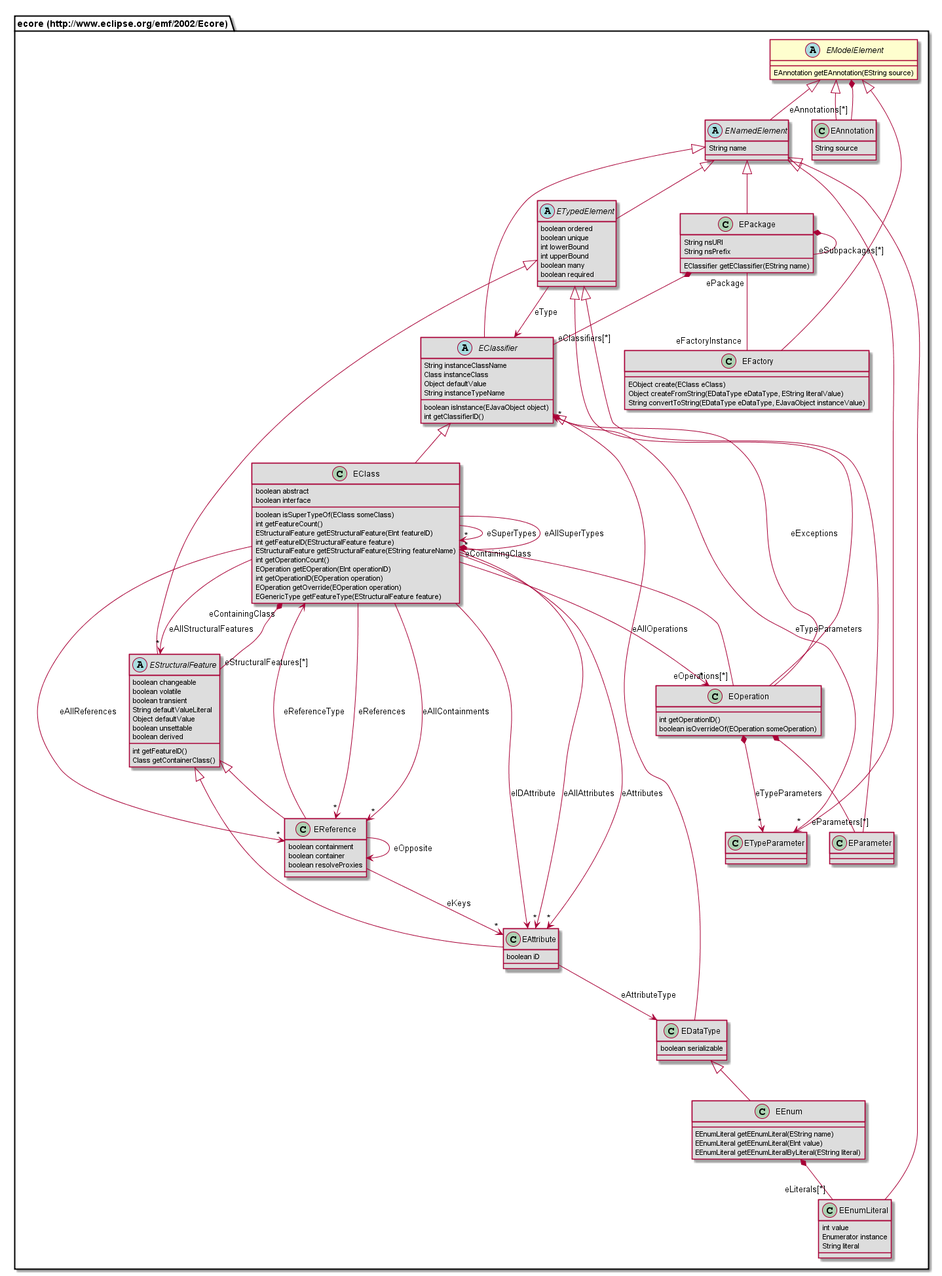
Nasdanika/config keeps this PlantUML diagram as org.nasdanika.config/modeldoc/site/687474703a2f2f7777772e65636c697073652e6f72672f656d662f323030322f45636f7265/EModelElement.png. Above is the earlier version. Its diagram source:
```plantuml
@startuml
abstract class "ecore (http://www.eclipse.org/emf/2002/Ecore).EModelElement" {
	EAnnotation getEAnnotation(EString source)
}
class "ecore (http://www.eclipse.org/emf/2002/Ecore).EReference" #DDDDDD {
	boolean containment
	boolean container
	boolean resolveProxies
}
class "ecore (http://www.eclipse.org/emf/2002/Ecore).EEnum" #DDDDDD {
	EEnumLiteral getEEnumLiteral(EString name)
	EEnumLiteral getEEnumLiteral(EInt value)
	EEnumLiteral getEEnumLiteralByLiteral(EString literal)
}
abstract class "ecore (http://www.eclipse.org/emf/2002/Ecore).EStructuralFeature" #DDDDDD {
	boolean changeable
	boolean volatile
	boolean transient
	String defaultValueLiteral
	Object defaultValue
	boolean unsettable
	boolean derived
	int getFeatureID()
	Class getContainerClass()
}
abstract class "ecore (http://www.eclipse.org/emf/2002/Ecore).ENamedElement" #DDDDDD {
	String name
}
class "ecore (http://www.eclipse.org/emf/2002/Ecore).EOperation" #DDDDDD {
	int getOperationID()
	boolean isOverrideOf(EOperation someOperation)
}
class "ecore (http://www.eclipse.org/emf/2002/Ecore).EPackage" #DDDDDD {
	String nsURI
	String nsPrefix
	EClassifier getEClassifier(EString name)
}
abstract class "ecore (http://www.eclipse.org/emf/2002/Ecore).EClassifier" #DDDDDD {
	String instanceClassName
	Class instanceClass
	Object defaultValue
	String instanceTypeName
	boolean isInstance(EJavaObject object)
	int getClassifierID()
}
class "ecore (http://www.eclipse.org/emf/2002/Ecore).EAnnotation" #DDDDDD {
	String source
}
class "ecore (http://www.eclipse.org/emf/2002/Ecore).EDataType" #DDDDDD {
	boolean serializable
}
class "ecore (http://www.eclipse.org/emf/2002/Ecore).ETypeParameter" #DDDDDD {
}
class "ecore (http://www.eclipse.org/emf/2002/Ecore).EFactory" #DDDDDD {
	EObject create(EClass eClass)
	Object createFromString(EDataType eDataType, EString literalValue)
	String convertToString(EDataType eDataType, EJavaObject instanceValue)
}
class "ecore (http://www.eclipse.org/emf/2002/Ecore).EAttribute" #DDDDDD {
	boolean iD
}
class "ecore (http://www.eclipse.org/emf/2002/Ecore).EEnumLiteral" #DDDDDD {
	int value
	Enumerator instance
	String literal
}
abstract class "ecore (http://www.eclipse.org/emf/2002/Ecore).ETypedElement" #DDDDDD {
	boolean ordered
	boolean unique
	int lowerBound
	int upperBound
	boolean many
	boolean required
}
class "ecore (http://www.eclipse.org/emf/2002/Ecore).EClass" #DDDDDD {
	boolean abstract
	boolean interface
	boolean isSuperTypeOf(EClass someClass)
	int getFeatureCount()
	EStructuralFeature getEStructuralFeature(EInt featureID)
	int getFeatureID(EStructuralFeature feature)
	EStructuralFeature getEStructuralFeature(EString featureName)
	int getOperationCount()
	EOperation getEOperation(EInt operationID)
	int getOperationID(EOperation operation)
	EOperation getOverride(EOperation operation)
	EGenericType getFeatureType(EStructuralFeature feature)
}
class "ecore (http://www.eclipse.org/emf/2002/Ecore).EParameter" #DDDDDD {
}
"ecore (http://www.eclipse.org/emf/2002/Ecore).EStructuralFeature" <|-- "ecore (http://www.eclipse.org/emf/2002/Ecore).EReference"
"ecore (http://www.eclipse.org/emf/2002/Ecore).EDataType" <|-- "ecore (http://www.eclipse.org/emf/2002/Ecore).EEnum"
"ecore (http://www.eclipse.org/emf/2002/Ecore).ETypedElement" <|-- "ecore (http://www.eclipse.org/emf/2002/Ecore).EStructuralFeature"
"ecore (http://www.eclipse.org/emf/2002/Ecore).EModelElement" <|-- "ecore (http://www.eclipse.org/emf/2002/Ecore).ENamedElement"
"ecore (http://www.eclipse.org/emf/2002/Ecore).ETypedElement" <|-- "ecore (http://www.eclipse.org/emf/2002/Ecore).EOperation"
"ecore (http://www.eclipse.org/emf/2002/Ecore).ENamedElement" <|-- "ecore (http://www.eclipse.org/emf/2002/Ecore).EPackage"
"ecore (http://www.eclipse.org/emf/2002/Ecore).ENamedElement" <|-- "ecore (http://www.eclipse.org/emf/2002/Ecore).EClassifier"
"ecore (http://www.eclipse.org/emf/2002/Ecore).EModelElement" <|-- "ecore (http://www.eclipse.org/emf/2002/Ecore).EAnnotation"
"ecore (http://www.eclipse.org/emf/2002/Ecore).EClassifier" <|-- "ecore (http://www.eclipse.org/emf/2002/Ecore).EDataType"
"ecore (http://www.eclipse.org/emf/2002/Ecore).ENamedElement" <|-- "ecore (http://www.eclipse.org/emf/2002/Ecore).ETypeParameter"
"ecore (http://www.eclipse.org/emf/2002/Ecore).EModelElement" <|-- "ecore (http://www.eclipse.org/emf/2002/Ecore).EFactory"
"ecore (http://www.eclipse.org/emf/2002/Ecore).EStructuralFeature" <|-- "ecore (http://www.eclipse.org/emf/2002/Ecore).EAttribute"
"ecore (http://www.eclipse.org/emf/2002/Ecore).ENamedElement" <|-- "ecore (http://www.eclipse.org/emf/2002/Ecore).EEnumLiteral"
"ecore (http://www.eclipse.org/emf/2002/Ecore).ENamedElement" <|-- "ecore (http://www.eclipse.org/emf/2002/Ecore).ETypedElement"
"ecore (http://www.eclipse.org/emf/2002/Ecore).EClassifier" <|-- "ecore (http://www.eclipse.org/emf/2002/Ecore).EClass"
"ecore (http://www.eclipse.org/emf/2002/Ecore).ETypedElement" <|-- "ecore (http://www.eclipse.org/emf/2002/Ecore).EParameter"
"ecore (http://www.eclipse.org/emf/2002/Ecore).EReference" --> "ecore (http://www.eclipse.org/emf/2002/Ecore).EReference" : eOpposite
"ecore (http://www.eclipse.org/emf/2002/Ecore).EReference" --> "ecore (http://www.eclipse.org/emf/2002/Ecore).EClass" : eReferenceType
"ecore (http://www.eclipse.org/emf/2002/Ecore).EReference" --> "*" "ecore (http://www.eclipse.org/emf/2002/Ecore).EAttribute" : eKeys
"ecore (http://www.eclipse.org/emf/2002/Ecore).EEnum" *-- "eLiterals[*]" "ecore (http://www.eclipse.org/emf/2002/Ecore).EEnumLiteral"
"ecore (http://www.eclipse.org/emf/2002/Ecore).EStructuralFeature" "eStructuralFeatures[*]" --* "eContainingClass" "ecore (http://www.eclipse.org/emf/2002/Ecore).EClass"
"ecore (http://www.eclipse.org/emf/2002/Ecore).EModelElement" *-- "eAnnotations[*]" "ecore (http://www.eclipse.org/emf/2002/Ecore).EAnnotation"
"ecore (http://www.eclipse.org/emf/2002/Ecore).EOperation" "eOperations[*]" --* "eContainingClass" "ecore (http://www.eclipse.org/emf/2002/Ecore).EClass"
"ecore (http://www.eclipse.org/emf/2002/Ecore).EOperation" *--> "*" "ecore (http://www.eclipse.org/emf/2002/Ecore).ETypeParameter" : eTypeParameters
"ecore (http://www.eclipse.org/emf/2002/Ecore).EOperation" *-- "eParameters[*]" "ecore (http://www.eclipse.org/emf/2002/Ecore).EParameter"
"ecore (http://www.eclipse.org/emf/2002/Ecore).EOperation" --> "*" "ecore (http://www.eclipse.org/emf/2002/Ecore).EClassifier" : eExceptions
"ecore (http://www.eclipse.org/emf/2002/Ecore).EPackage" "ePackage" -- "eFactoryInstance" "ecore (http://www.eclipse.org/emf/2002/Ecore).EFactory"
"ecore (http://www.eclipse.org/emf/2002/Ecore).EPackage" *-- "eClassifiers[*]" "ecore (http://www.eclipse.org/emf/2002/Ecore).EClassifier"
"ecore (http://www.eclipse.org/emf/2002/Ecore).EPackage" *-- "eSubpackages[*]" "ecore (http://www.eclipse.org/emf/2002/Ecore).EPackage"
"ecore (http://www.eclipse.org/emf/2002/Ecore).EClassifier" *--> "*" "ecore (http://www.eclipse.org/emf/2002/Ecore).ETypeParameter" : eTypeParameters
"ecore (http://www.eclipse.org/emf/2002/Ecore).EAttribute" --> "ecore (http://www.eclipse.org/emf/2002/Ecore).EDataType" : eAttributeType
"ecore (http://www.eclipse.org/emf/2002/Ecore).ETypedElement" --> "ecore (http://www.eclipse.org/emf/2002/Ecore).EClassifier" : eType
"ecore (http://www.eclipse.org/emf/2002/Ecore).EClass" --> "*" "ecore (http://www.eclipse.org/emf/2002/Ecore).EClass" : eSuperTypes
"ecore (http://www.eclipse.org/emf/2002/Ecore).EClass" --> "*" "ecore (http://www.eclipse.org/emf/2002/Ecore).EAttribute" : eAllAttributes
"ecore (http://www.eclipse.org/emf/2002/Ecore).EClass" --> "*" "ecore (http://www.eclipse.org/emf/2002/Ecore).EReference" : eAllReferences
"ecore (http://www.eclipse.org/emf/2002/Ecore).EClass" --> "*" "ecore (http://www.eclipse.org/emf/2002/Ecore).EReference" : eReferences
"ecore (http://www.eclipse.org/emf/2002/Ecore).EClass" --> "*" "ecore (http://www.eclipse.org/emf/2002/Ecore).EAttribute" : eAttributes
"ecore (http://www.eclipse.org/emf/2002/Ecore).EClass" --> "*" "ecore (http://www.eclipse.org/emf/2002/Ecore).EReference" : eAllContainments
"ecore (http://www.eclipse.org/emf/2002/Ecore).EClass" --> "*" "ecore (http://www.eclipse.org/emf/2002/Ecore).EOperation" : eAllOperations
"ecore (http://www.eclipse.org/emf/2002/Ecore).EClass" --> "*" "ecore (http://www.eclipse.org/emf/2002/Ecore).EStructuralFeature" : eAllStructuralFeatures
"ecore (http://www.eclipse.org/emf/2002/Ecore).EClass" --> "*" "ecore (http://www.eclipse.org/emf/2002/Ecore).EClass" : eAllSuperTypes
"ecore (http://www.eclipse.org/emf/2002/Ecore).EClass" --> "ecore (http://www.eclipse.org/emf/2002/Ecore).EAttribute" : eIDAttribute
@enduml
```
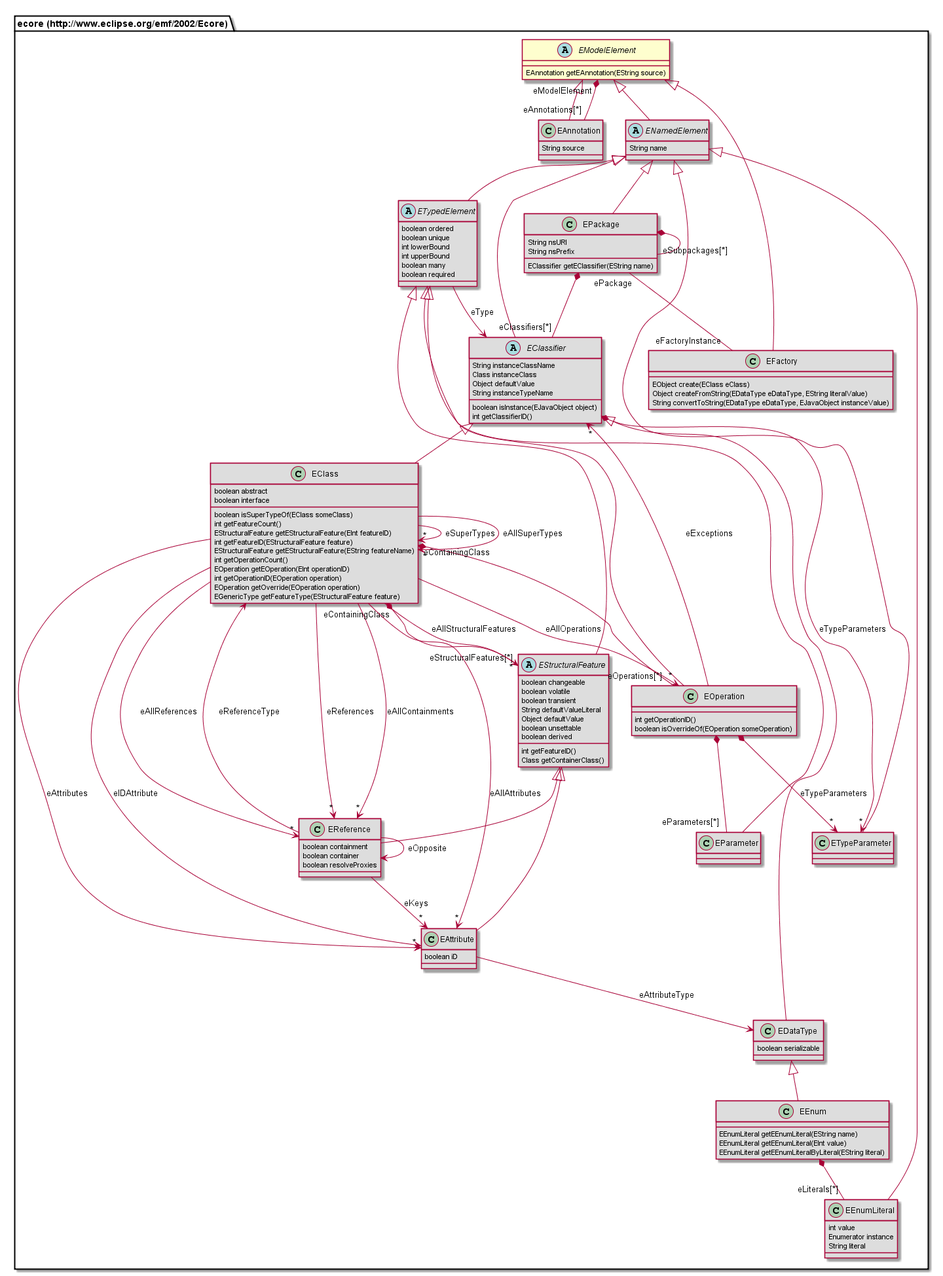
The same file after the commit.

The edit, as a diff of the source:
```diff
@@ -7,10 +7,8 @@
 	boolean container
 	boolean resolveProxies
 }
-class "ecore (http://www.eclipse.org/emf/2002/Ecore).EEnum" #DDDDDD {
-	EEnumLiteral getEEnumLiteral(EString name)
-	EEnumLiteral getEEnumLiteral(EInt value)
-	EEnumLiteral getEEnumLiteralByLiteral(EString literal)
+class "ecore (http://www.eclipse.org/emf/2002/Ecore).EAnnotation" #DDDDDD {
+	String source
 }
 abstract class "ecore (http://www.eclipse.org/emf/2002/Ecore).EStructuralFeature" #DDDDDD {
 	boolean changeable
@@ -23,8 +21,10 @@
 	int getFeatureID()
 	Class getContainerClass()
 }
-abstract class "ecore (http://www.eclipse.org/emf/2002/Ecore).ENamedElement" #DDDDDD {
-	String name
+class "ecore (http://www.eclipse.org/emf/2002/Ecore).EEnum" #DDDDDD {
+	EEnumLiteral getEEnumLiteral(EString name)
+	EEnumLiteral getEEnumLiteral(EInt value)
+	EEnumLiteral getEEnumLiteralByLiteral(EString literal)
 }
 class "ecore (http://www.eclipse.org/emf/2002/Ecore).EOperation" #DDDDDD {
 	int getOperationID()
@@ -43,21 +43,7 @@
 	boolean isInstance(EJavaObject object)
 	int getClassifierID()
 }
-class "ecore (http://www.eclipse.org/emf/2002/Ecore).EAnnotation" #DDDDDD {
-	String source
-}
-class "ecore (http://www.eclipse.org/emf/2002/Ecore).EDataType" #DDDDDD {
-	boolean serializable
-}
 class "ecore (http://www.eclipse.org/emf/2002/Ecore).ETypeParameter" #DDDDDD {
-}
-class "ecore (http://www.eclipse.org/emf/2002/Ecore).EFactory" #DDDDDD {
-	EObject create(EClass eClass)
-	Object createFromString(EDataType eDataType, EString literalValue)
-	String convertToString(EDataType eDataType, EJavaObject instanceValue)
-}
-class "ecore (http://www.eclipse.org/emf/2002/Ecore).EAttribute" #DDDDDD {
-	boolean iD
 }
 class "ecore (http://www.eclipse.org/emf/2002/Ecore).EEnumLiteral" #DDDDDD {
 	int value
@@ -71,6 +57,11 @@
 	int upperBound
 	boolean many
 	boolean required
+}
+class "ecore (http://www.eclipse.org/emf/2002/Ecore).EParameter" #DDDDDD {
+}
+abstract class "ecore (http://www.eclipse.org/emf/2002/Ecore).ENamedElement" #DDDDDD {
+	String name
 }
 class "ecore (http://www.eclipse.org/emf/2002/Ecore).EClass" #DDDDDD {
 	boolean abstract
@@ -86,30 +77,39 @@
 	EOperation getOverride(EOperation operation)
 	EGenericType getFeatureType(EStructuralFeature feature)
 }
-class "ecore (http://www.eclipse.org/emf/2002/Ecore).EParameter" #DDDDDD {
+class "ecore (http://www.eclipse.org/emf/2002/Ecore).EFactory" #DDDDDD {
+	EObject create(EClass eClass)
+	Object createFromString(EDataType eDataType, EString literalValue)
+	String convertToString(EDataType eDataType, EJavaObject instanceValue)
+}
+class "ecore (http://www.eclipse.org/emf/2002/Ecore).EAttribute" #DDDDDD {
+	boolean iD
+}
+class "ecore (http://www.eclipse.org/emf/2002/Ecore).EDataType" #DDDDDD {
+	boolean serializable
 }
 "ecore (http://www.eclipse.org/emf/2002/Ecore).EStructuralFeature" <|-- "ecore (http://www.eclipse.org/emf/2002/Ecore).EReference"
+"ecore (http://www.eclipse.org/emf/2002/Ecore).EModelElement" <|-- "ecore (http://www.eclipse.org/emf/2002/Ecore).EAnnotation"
+"ecore (http://www.eclipse.org/emf/2002/Ecore).ETypedElement" <|-- "ecore (http://www.eclipse.org/emf/2002/Ecore).EStructuralFeature"
 "ecore (http://www.eclipse.org/emf/2002/Ecore).EDataType" <|-- "ecore (http://www.eclipse.org/emf/2002/Ecore).EEnum"
-"ecore (http://www.eclipse.org/emf/2002/Ecore).ETypedElement" <|-- "ecore (http://www.eclipse.org/emf/2002/Ecore).EStructuralFeature"
-"ecore (http://www.eclipse.org/emf/2002/Ecore).EModelElement" <|-- "ecore (http://www.eclipse.org/emf/2002/Ecore).ENamedElement"
 "ecore (http://www.eclipse.org/emf/2002/Ecore).ETypedElement" <|-- "ecore (http://www.eclipse.org/emf/2002/Ecore).EOperation"
 "ecore (http://www.eclipse.org/emf/2002/Ecore).ENamedElement" <|-- "ecore (http://www.eclipse.org/emf/2002/Ecore).EPackage"
 "ecore (http://www.eclipse.org/emf/2002/Ecore).ENamedElement" <|-- "ecore (http://www.eclipse.org/emf/2002/Ecore).EClassifier"
-"ecore (http://www.eclipse.org/emf/2002/Ecore).EModelElement" <|-- "ecore (http://www.eclipse.org/emf/2002/Ecore).EAnnotation"
-"ecore (http://www.eclipse.org/emf/2002/Ecore).EClassifier" <|-- "ecore (http://www.eclipse.org/emf/2002/Ecore).EDataType"
 "ecore (http://www.eclipse.org/emf/2002/Ecore).ENamedElement" <|-- "ecore (http://www.eclipse.org/emf/2002/Ecore).ETypeParameter"
+"ecore (http://www.eclipse.org/emf/2002/Ecore).ENamedElement" <|-- "ecore (http://www.eclipse.org/emf/2002/Ecore).EEnumLiteral"
+"ecore (http://www.eclipse.org/emf/2002/Ecore).ENamedElement" <|-- "ecore (http://www.eclipse.org/emf/2002/Ecore).ETypedElement"
+"ecore (http://www.eclipse.org/emf/2002/Ecore).ETypedElement" <|-- "ecore (http://www.eclipse.org/emf/2002/Ecore).EParameter"
+"ecore (http://www.eclipse.org/emf/2002/Ecore).EModelElement" <|-- "ecore (http://www.eclipse.org/emf/2002/Ecore).ENamedElement"
+"ecore (http://www.eclipse.org/emf/2002/Ecore).EClassifier" <|-- "ecore (http://www.eclipse.org/emf/2002/Ecore).EClass"
 "ecore (http://www.eclipse.org/emf/2002/Ecore).EModelElement" <|-- "ecore (http://www.eclipse.org/emf/2002/Ecore).EFactory"
 "ecore (http://www.eclipse.org/emf/2002/Ecore).EStructuralFeature" <|-- "ecore (http://www.eclipse.org/emf/2002/Ecore).EAttribute"
-"ecore (http://www.eclipse.org/emf/2002/Ecore).ENamedElement" <|-- "ecore (http://www.eclipse.org/emf/2002/Ecore).EEnumLiteral"
-"ecore (http://www.eclipse.org/emf/2002/Ecore).ENamedElement" <|-- "ecore (http://www.eclipse.org/emf/2002/Ecore).ETypedElement"
-"ecore (http://www.eclipse.org/emf/2002/Ecore).EClassifier" <|-- "ecore (http://www.eclipse.org/emf/2002/Ecore).EClass"
-"ecore (http://www.eclipse.org/emf/2002/Ecore).ETypedElement" <|-- "ecore (http://www.eclipse.org/emf/2002/Ecore).EParameter"
+"ecore (http://www.eclipse.org/emf/2002/Ecore).EClassifier" <|-- "ecore (http://www.eclipse.org/emf/2002/Ecore).EDataType"
 "ecore (http://www.eclipse.org/emf/2002/Ecore).EReference" --> "ecore (http://www.eclipse.org/emf/2002/Ecore).EReference" : eOpposite
 "ecore (http://www.eclipse.org/emf/2002/Ecore).EReference" --> "ecore (http://www.eclipse.org/emf/2002/Ecore).EClass" : eReferenceType
 "ecore (http://www.eclipse.org/emf/2002/Ecore).EReference" --> "*" "ecore (http://www.eclipse.org/emf/2002/Ecore).EAttribute" : eKeys
+"ecore (http://www.eclipse.org/emf/2002/Ecore).EAnnotation" "eAnnotations[*]" --* "eModelElement" "ecore (http://www.eclipse.org/emf/2002/Ecore).EModelElement"
+"ecore (http://www.eclipse.org/emf/2002/Ecore).EStructuralFeature" "eStructuralFeatures[*]" --* "eContainingClass" "ecore (http://www.eclipse.org/emf/2002/Ecore).EClass"
 "ecore (http://www.eclipse.org/emf/2002/Ecore).EEnum" *-- "eLiterals[*]" "ecore (http://www.eclipse.org/emf/2002/Ecore).EEnumLiteral"
-"ecore (http://www.eclipse.org/emf/2002/Ecore).EStructuralFeature" "eStructuralFeatures[*]" --* "eContainingClass" "ecore (http://www.eclipse.org/emf/2002/Ecore).EClass"
-"ecore (http://www.eclipse.org/emf/2002/Ecore).EModelElement" *-- "eAnnotations[*]" "ecore (http://www.eclipse.org/emf/2002/Ecore).EAnnotation"
 "ecore (http://www.eclipse.org/emf/2002/Ecore).EOperation" "eOperations[*]" --* "eContainingClass" "ecore (http://www.eclipse.org/emf/2002/Ecore).EClass"
 "ecore (http://www.eclipse.org/emf/2002/Ecore).EOperation" *--> "*" "ecore (http://www.eclipse.org/emf/2002/Ecore).ETypeParameter" : eTypeParameters
 "ecore (http://www.eclipse.org/emf/2002/Ecore).EOperation" *-- "eParameters[*]" "ecore (http://www.eclipse.org/emf/2002/Ecore).EParameter"
@@ -118,7 +118,6 @@
 "ecore (http://www.eclipse.org/emf/2002/Ecore).EPackage" *-- "eClassifiers[*]" "ecore (http://www.eclipse.org/emf/2002/Ecore).EClassifier"
 "ecore (http://www.eclipse.org/emf/2002/Ecore).EPackage" *-- "eSubpackages[*]" "ecore (http://www.eclipse.org/emf/2002/Ecore).EPackage"
 "ecore (http://www.eclipse.org/emf/2002/Ecore).EClassifier" *--> "*" "ecore (http://www.eclipse.org/emf/2002/Ecore).ETypeParameter" : eTypeParameters
-"ecore (http://www.eclipse.org/emf/2002/Ecore).EAttribute" --> "ecore (http://www.eclipse.org/emf/2002/Ecore).EDataType" : eAttributeType
 "ecore (http://www.eclipse.org/emf/2002/Ecore).ETypedElement" --> "ecore (http://www.eclipse.org/emf/2002/Ecore).EClassifier" : eType
 "ecore (http://www.eclipse.org/emf/2002/Ecore).EClass" --> "*" "ecore (http://www.eclipse.org/emf/2002/Ecore).EClass" : eSuperTypes
 "ecore (http://www.eclipse.org/emf/2002/Ecore).EClass" --> "*" "ecore (http://www.eclipse.org/emf/2002/Ecore).EAttribute" : eAllAttributes
@@ -130,4 +129,5 @@
 "ecore (http://www.eclipse.org/emf/2002/Ecore).EClass" --> "*" "ecore (http://www.eclipse.org/emf/2002/Ecore).EStructuralFeature" : eAllStructuralFeatures
 "ecore (http://www.eclipse.org/emf/2002/Ecore).EClass" --> "*" "ecore (http://www.eclipse.org/emf/2002/Ecore).EClass" : eAllSuperTypes
 "ecore (http://www.eclipse.org/emf/2002/Ecore).EClass" --> "ecore (http://www.eclipse.org/emf/2002/Ecore).EAttribute" : eIDAttribute
+"ecore (http://www.eclipse.org/emf/2002/Ecore).EAttribute" --> "ecore (http://www.eclipse.org/emf/2002/Ecore).EDataType" : eAttributeType
 @enduml
```
